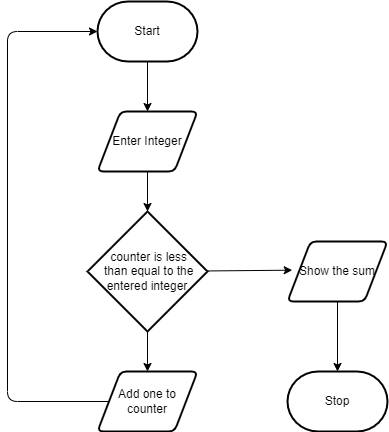
This is designs/flowchart.png from KaitlynIp64/ICS2O-Unit-5-07-JS, a draw.io export, as it was before one commit. Source tidied: cells renumbered, new cells last; positions are measured from the earlier drawing's top-left corner, leaving out a move shared by most shapes. Its diagram source:
```xml
<mxGraphModel>
  <root>
    <mxCell id="0" />
    <mxCell id="1" parent="0" />
    <mxCell id="2" style="edgeStyle=none;html=1;entryX=0.5;entryY=0;entryDx=0;entryDy=0;" parent="1" edge="1" source="3" target="5">
      <mxGeometry relative="1" as="geometry" />
    </mxCell>
    <mxCell id="3" value="Start" style="strokeWidth=2;html=1;shape=mxgraph.flowchart.terminator;whiteSpace=wrap;" parent="1" vertex="1">
      <mxGeometry x="90" width="100" height="60" as="geometry" />
    </mxCell>
    <mxCell id="4" style="edgeStyle=none;html=1;entryX=0.5;entryY=0;entryDx=0;entryDy=0;entryPerimeter=0;" parent="1" edge="1" source="5" target="8">
      <mxGeometry relative="1" as="geometry" />
    </mxCell>
    <mxCell id="5" value="Enter Integer" style="shape=parallelogram;html=1;strokeWidth=2;perimeter=parallelogramPerimeter;whiteSpace=wrap;rounded=1;arcSize=12;size=0.23;" parent="1" vertex="1">
      <mxGeometry x="90" y="110" width="100" height="60" as="geometry" />
    </mxCell>
    <mxCell id="6" style="edgeStyle=none;html=1;entryX=0.5;entryY=0;entryDx=0;entryDy=0;" parent="1" edge="1" source="8" target="10">
      <mxGeometry relative="1" as="geometry" />
    </mxCell>
    <mxCell id="7" style="edgeStyle=none;html=1;entryX=0.047;entryY=0.478;entryDx=0;entryDy=0;entryPerimeter=0;" parent="1" edge="1" source="8" target="12">
      <mxGeometry relative="1" as="geometry" />
    </mxCell>
    <mxCell id="8" value="&amp;nbsp;counter is less&lt;br&gt;&amp;nbsp;than equal to the entered integer" style="strokeWidth=2;html=1;shape=mxgraph.flowchart.decision;whiteSpace=wrap;" parent="1" vertex="1">
      <mxGeometry x="80" y="210" width="120" height="120" as="geometry" />
    </mxCell>
    <mxCell id="9" style="edgeStyle=none;html=1;entryX=0;entryY=0.5;entryDx=0;entryDy=0;entryPerimeter=0;" parent="1" edge="1" source="10" target="3">
      <mxGeometry relative="1" as="geometry">
        <Array as="points">
          <mxPoint y="400" />
          <mxPoint y="30" />
        </Array>
      </mxGeometry>
    </mxCell>
    <mxCell id="10" value="Add one to counter" style="shape=parallelogram;html=1;strokeWidth=2;perimeter=parallelogramPerimeter;whiteSpace=wrap;rounded=1;arcSize=12;size=0.23;" parent="1" vertex="1">
      <mxGeometry x="90" y="370" width="100" height="60" as="geometry" />
    </mxCell>
    <mxCell id="11" style="edgeStyle=none;html=1;entryX=0.5;entryY=0;entryDx=0;entryDy=0;entryPerimeter=0;" parent="1" edge="1" source="12" target="13">
      <mxGeometry relative="1" as="geometry" />
    </mxCell>
    <mxCell id="12" value="Show the sum" style="shape=parallelogram;html=1;strokeWidth=2;perimeter=parallelogramPerimeter;whiteSpace=wrap;rounded=1;arcSize=12;size=0.23;" parent="1" vertex="1">
      <mxGeometry x="280" y="240" width="100" height="60" as="geometry" />
    </mxCell>
    <mxCell id="13" value="Stop" style="strokeWidth=2;html=1;shape=mxgraph.flowchart.terminator;whiteSpace=wrap;" parent="1" vertex="1">
      <mxGeometry x="280" y="370" width="100" height="60" as="geometry" />
    </mxCell>
  </root>
</mxGraphModel>
```
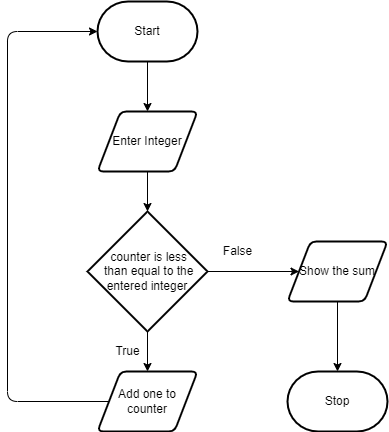
Later version of the same file.

Diff of the diagram source:
```diff
@@ -17,7 +17,7 @@
     <mxCell id="6" style="edgeStyle=none;html=1;entryX=0.5;entryY=0;entryDx=0;entryDy=0;" parent="1" edge="1" source="8" target="10">
       <mxGeometry relative="1" as="geometry" />
     </mxCell>
-    <mxCell id="7" style="edgeStyle=none;html=1;entryX=0.047;entryY=0.478;entryDx=0;entryDy=0;entryPerimeter=0;" parent="1" edge="1" source="8" target="12">
+    <mxCell id="7" style="edgeStyle=none;html=1;entryX=0;entryY=0.5;entryDx=0;entryDy=0;" parent="1" edge="1" source="8" target="12">
       <mxGeometry relative="1" as="geometry" />
     </mxCell>
     <mxCell id="8" value="&amp;nbsp;counter is less&lt;br&gt;&amp;nbsp;than equal to the entered integer" style="strokeWidth=2;html=1;shape=mxgraph.flowchart.decision;whiteSpace=wrap;" parent="1" vertex="1">
@@ -43,5 +43,11 @@
     <mxCell id="13" value="Stop" style="strokeWidth=2;html=1;shape=mxgraph.flowchart.terminator;whiteSpace=wrap;" parent="1" vertex="1">
       <mxGeometry x="280" y="370" width="100" height="60" as="geometry" />
     </mxCell>
+    <mxCell id="14" value="False" style="text;html=1;align=center;verticalAlign=middle;strokeColor=none;fillColor=none;" parent="1" vertex="1">
+      <mxGeometry x="210" y="240" width="40" height="20" as="geometry" />
+    </mxCell>
+    <mxCell id="15" value="True" style="text;html=1;align=center;verticalAlign=middle;strokeColor=none;fillColor=none;" parent="1" vertex="1">
+      <mxGeometry x="100" y="340" width="40" height="20" as="geometry" />
+    </mxCell>
   </root>
 </mxGraphModel>
```
